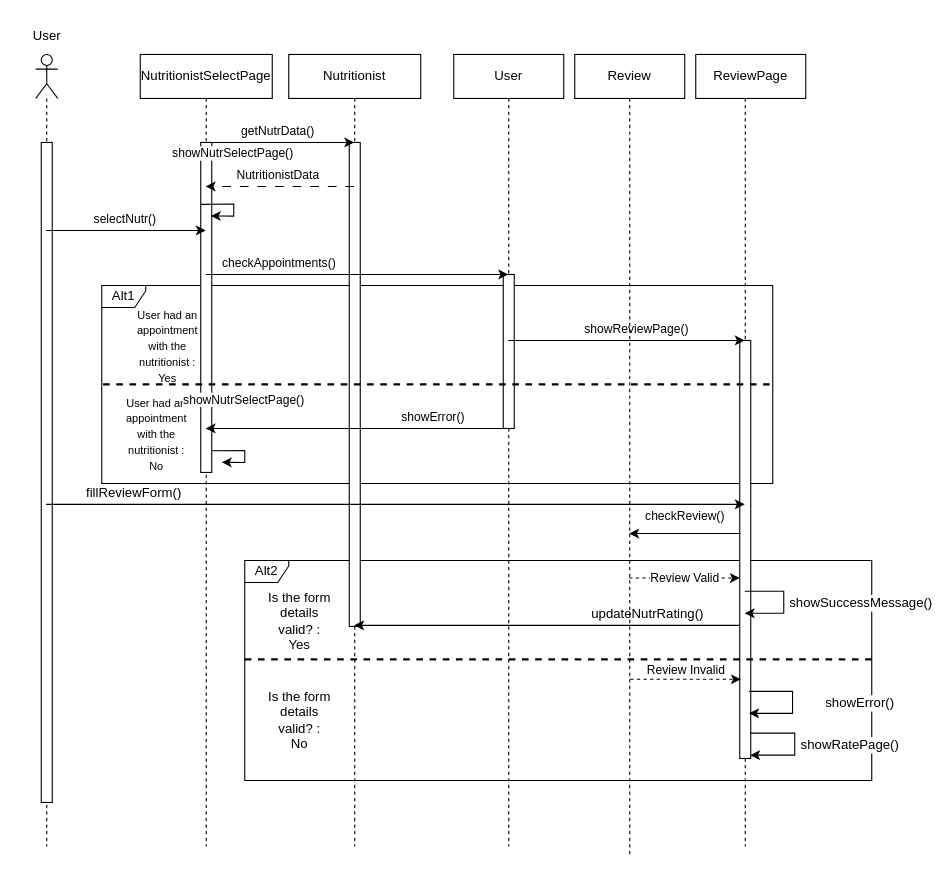
Dionkaps/Eu-Zin keeps this draw.io diagram as ΤΕΛΙΚΟ ΠΑΡΑΔΟΤΕΟ/Sequence-diagrams-v1.0/sd_αξιολόγηση_διατροφολογου.drawio. Above is the earlier version. Source tidied: cells renumbered, new cells numbered last; positions are measured from the earlier drawing's top-left corner, leaving out a move shared by most shapes. Both pictures are drawn from the tidied source at 110%, with x=0, y=0 at pixel (19, 19).
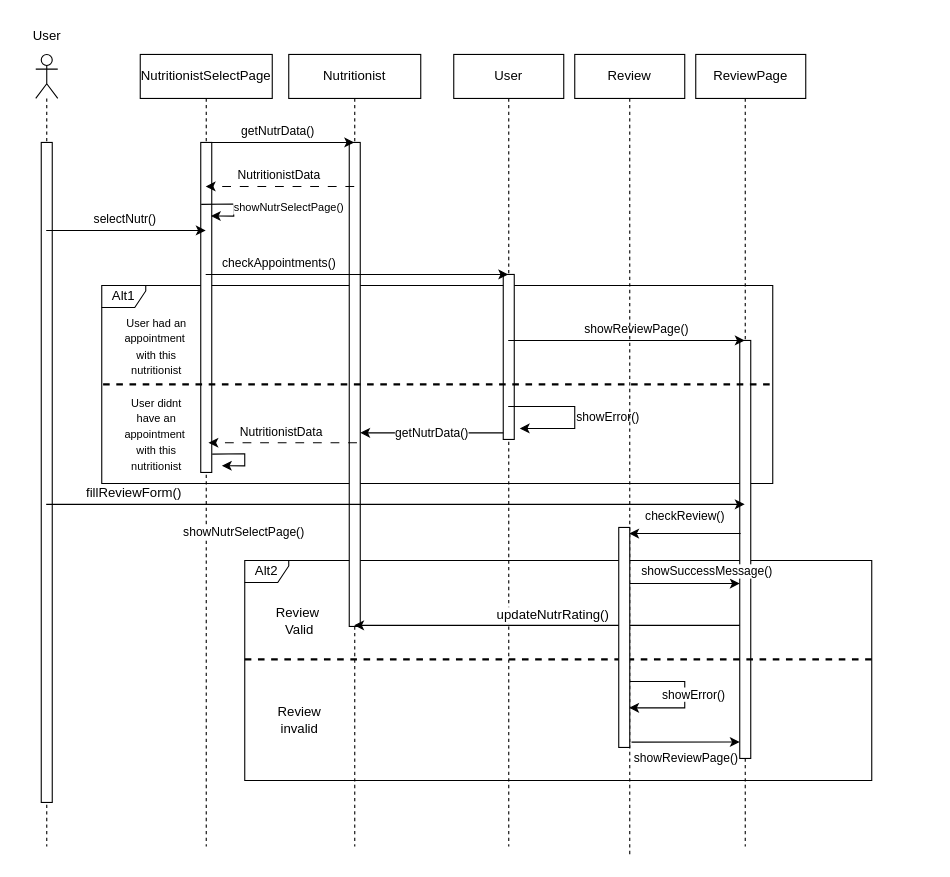
After the change.

Commit message (it also covers changes not shown here):
μικρη διόρθωση στα sequence και usecases

The change refers to these unchanged cells:
```xml
<mxCell id="4" style="shape=umlLifeline;participant=umlEntity;perimeter=lifelinePerimeter;whiteSpace=wrap;html=1;verticalAlign=top;spacingTop=36;outlineConnect=0;" parent="1" vertex="1">
  <mxGeometry x="425" y="32" width="40" height="720" as="geometry" />
</mxCell>
<mxCell id="8" style="shape=umlLifeline;participant=umlBoundary;perimeter=lifelinePerimeter;whiteSpace=wrap;html=1;verticalAlign=top;spacingTop=36;outlineConnect=0;" parent="1" vertex="1">
  <mxGeometry x="145" y="32" width="50" height="720" as="geometry" />
</mxCell>
<mxCell id="11" style="shape=umlLifeline;participant=umlEntity;perimeter=lifelinePerimeter;whiteSpace=wrap;html=1;verticalAlign=top;spacingTop=36;outlineConnect=0;" parent="1" vertex="1">
  <mxGeometry x="285" y="32" width="40" height="720" as="geometry" />
</mxCell>
<mxCell id="14" style="html=1;points=[];perimeter=orthogonalPerimeter;fontSize=12;" parent="13" vertex="1">
  <mxGeometry x="20" y="260" width="10" height="380" as="geometry" />
</mxCell>
<mxCell id="37" value="Review" style="shape=umlLifeline;perimeter=lifelinePerimeter;whiteSpace=wrap;html=1;outlineConnect=0;portConstraint=eastwest;newEdgeStyle={&quot;edgeStyle&quot;:&quot;elbowEdgeStyle&quot;,&quot;elbow&quot;:&quot;vertical&quot;,&quot;curved&quot;:0,&quot;rounded&quot;:0};" parent="1" vertex="1">
  <mxGeometry x="505" y="32" width="100" height="730" as="geometry" />
</mxCell>
```

What changed in the source:
```diff
@@
     <mxCell id="5" style="html=1;perimeter=orthogonalPerimeter;fontSize=12;" parent="4" vertex="1">
-      <mxGeometry x="15" y="200" width="10" height="140" as="geometry" />
+      <mxGeometry x="15" y="200" width="10" height="150" as="geometry" />
     </mxCell>
@@
-    <mxCell id="10" value="showNutrSelectPage()" style="endArrow=classic;html=1;rounded=0;entryX=0.92;entryY=0.284;entryDx=0;entryDy=0;entryPerimeter=0;exitX=0.04;exitY=0.232;exitDx=0;exitDy=0;exitPerimeter=0;" parent="8" edge="1">
-      <mxGeometry x="-0.04" y="40" relative="1" as="geometry">
+    <mxCell id="10" value="showNutrSelectPage()" style="endArrow=classic;html=1;rounded=0;entryX=0.92;entryY=0.284;entryDx=0;entryDy=0;entryPerimeter=0;exitX=0.04;exitY=0.232;exitDx=0;exitDy=0;exitPerimeter=0;fontSize=10;" parent="8" edge="1">
+      <mxGeometry x="0.09" y="50" relative="1" as="geometry">
         <mxPoint x="20.4" y="136.3" as="sourcePoint" />
         <mxPoint x="29.2" y="146.8" as="targetPoint" />
         <Array as="points">
           <mxPoint x="50" y="136" />
           <mxPoint x="50" y="147" />
         </Array>
-        <mxPoint y="-6" as="offset" />
       </mxGeometry>
     </mxCell>
@@
     <mxCell id="16" value="NutritionistData" style="endArrow=classic;html=1;rounded=0;dashed=1;dashPattern=8 8;" parent="1" edge="1" source="11" target="8">
-      <mxGeometry x="0.03" y="-10" relative="1" as="geometry">
+      <mxGeometry x="0.02" y="-10" relative="1" as="geometry">
         <Array as="points">
           <mxPoint x="275" y="152" />
         </Array>
       </mxGeometry>
     </mxCell>
@@
-    <mxCell id="20" value="showError()" style="endArrow=classic;html=1;rounded=0;" parent="1" edge="1" source="4" target="8">
-      <mxGeometry x="-0.49" y="-10" relative="1" as="geometry">
+    <mxCell id="20" value="showError()" style="endArrow=classic;html=1;rounded=0;" parent="1" edge="1" source="4">
+      <mxGeometry x="0.08" y="30" relative="1" as="geometry">
+        <mxPoint x="455" y="372" as="targetPoint" />
         <Array as="points">
-          <mxPoint x="345" y="372" />
+          <mxPoint x="505" y="352" />
+          <mxPoint x="505" y="372" />
         </Array>
-        <mxPoint x="1" as="offset" />
       </mxGeometry>
     </mxCell>
@@
-    <mxCell id="22" value="&lt;font style=&quot;font-size: 10px;&quot;&gt;User had an appointment with the nutritionist : Yes&lt;/font&gt;" style="text;html=1;strokeColor=none;fillColor=none;align=center;verticalAlign=middle;whiteSpace=wrap;rounded=0;" parent="1" vertex="1">
-      <mxGeometry x="105" y="282" width="60" height="30" as="geometry" />
+    <mxCell id="22" value="&lt;font style=&quot;font-size: 10px;&quot;&gt;User had an appointment&amp;nbsp;&lt;br&gt;with this nutritionist&lt;br&gt;&lt;/font&gt;" style="text;html=1;strokeColor=none;fillColor=none;align=center;verticalAlign=middle;whiteSpace=wrap;rounded=0;" parent="1" vertex="1">
+      <mxGeometry x="95" y="282" width="60" height="30" as="geometry" />
     </mxCell>
-    <mxCell id="23" value="&lt;font style=&quot;font-size: 10px;&quot;&gt;User had an appointment with the nutritionist : No&lt;/font&gt;" style="text;html=1;strokeColor=none;fillColor=none;align=center;verticalAlign=middle;whiteSpace=wrap;rounded=0;" parent="1" vertex="1">
+    <mxCell id="23" value="&lt;font style=&quot;font-size: 10px;&quot;&gt;User didnt have an appointment&amp;nbsp;&lt;br&gt;with this nutritionist&lt;br&gt;&lt;/font&gt;" style="text;html=1;strokeColor=none;fillColor=none;align=center;verticalAlign=middle;whiteSpace=wrap;rounded=0;" parent="1" vertex="1">
       <mxGeometry x="95" y="362" width="60" height="30" as="geometry" />
     </mxCell>
@@
     <mxCell id="25" value="updateNutrRating()" style="endArrow=classic;html=1;rounded=0;strokeWidth=1;fontSize=12;" parent="1" edge="1" source="14">
-      <mxGeometry x="-0.52" y="-10" relative="1" as="geometry">
+      <mxGeometry x="-0.03" y="-9" relative="1" as="geometry">
         <mxPoint x="304.5" y="551" as="targetPoint" />
       </mxGeometry>
     </mxCell>
-    <mxCell id="26" value="showRatePage()" style="endArrow=classic;html=1;rounded=0;strokeWidth=1;fontSize=12;" parent="1" edge="1">
-      <mxGeometry y="50" relative="1" as="geometry">
-        <mxPoint x="664.5" y="649" as="sourcePoint" />
-        <mxPoint x="664.5" y="669" as="targetPoint" />
-        <Array as="points">
-          <mxPoint x="705" y="649" />
-          <mxPoint x="705" y="669" />
-        </Array>
-      </mxGeometry>
-    </mxCell>
-    <mxCell id="27" value="showError()" style="endArrow=classic;html=1;rounded=0;strokeWidth=1;fontSize=12;" parent="1" edge="1">
-      <mxGeometry y="61" relative="1" as="geometry">
-        <mxPoint x="663.5" y="611" as="sourcePoint" />
-        <mxPoint x="663.5" y="631" as="targetPoint" />
-        <Array as="points">
-          <mxPoint x="703" y="611" />
-          <mxPoint x="703" y="631" />
-        </Array>
-      </mxGeometry>
-    </mxCell>
@@
-    <mxCell id="29" value="showSuccessMessage()" style="endArrow=classic;html=1;rounded=0;strokeWidth=1;fontSize=12;" parent="1" edge="1">
-      <mxGeometry x="0.02" y="70" relative="1" as="geometry">
-        <mxPoint x="659.5" y="520" as="sourcePoint" />
-        <mxPoint x="659.5" y="540" as="targetPoint" />
-        <Array as="points">
-          <mxPoint x="695" y="520" />
-          <mxPoint x="695" y="540" />
-        </Array>
-      </mxGeometry>
-    </mxCell>
-    <mxCell id="30" value="Is the form details valid? : Yes" style="text;html=1;strokeColor=none;fillColor=none;align=center;verticalAlign=middle;whiteSpace=wrap;rounded=0;fontSize=12;" parent="1" vertex="1">
+    <mxCell id="30" value="Review&amp;nbsp;&lt;br&gt;Valid" style="text;html=1;strokeColor=none;fillColor=none;align=center;verticalAlign=middle;whiteSpace=wrap;rounded=0;fontSize=12;" parent="1" vertex="1">
       <mxGeometry x="225" y="532" width="60" height="30" as="geometry" />
     </mxCell>
-    <mxCell id="31" value="Is the form details valid? :&lt;br&gt;No" style="text;html=1;strokeColor=none;fillColor=none;align=center;verticalAlign=middle;whiteSpace=wrap;rounded=0;fontSize=12;" parent="1" vertex="1">
+    <mxCell id="31" value="Review&lt;br&gt;invalid" style="text;html=1;strokeColor=none;fillColor=none;align=center;verticalAlign=middle;whiteSpace=wrap;rounded=0;fontSize=12;" parent="1" vertex="1">
       <mxGeometry x="225" y="622" width="60" height="30" as="geometry" />
     </mxCell>
@@
     <mxCell id="38" value="showNutrSelectPage()" style="endArrow=classic;html=1;rounded=0;entryX=0.92;entryY=0.284;entryDx=0;entryDy=0;entryPerimeter=0;exitX=0.04;exitY=0.232;exitDx=0;exitDy=0;exitPerimeter=0;" parent="1" edge="1">
-      <mxGeometry x="-0.04" y="40" relative="1" as="geometry">
-        <mxPoint x="175.4" y="392.3" as="sourcePoint" />
-        <mxPoint x="184.2" y="402.8" as="targetPoint" />
+      <mxGeometry x="0.32" y="60" relative="1" as="geometry">
+        <mxPoint x="175.4" y="395.3" as="sourcePoint" />
+        <mxPoint x="184.2" y="405.8" as="targetPoint" />
         <Array as="points">
-          <mxPoint x="205" y="392" />
-          <mxPoint x="205" y="403" />
+          <mxPoint x="205" y="395" />
+          <mxPoint x="205" y="406" />
         </Array>
-        <mxPoint y="-6" as="offset" />
       </mxGeometry>
     </mxCell>
@@
-    <mxCell id="40" value="Review Valid" style="endArrow=classic;html=1;rounded=0;dashed=1;" parent="1" edge="1">
-      <mxGeometry relative="1" as="geometry">
-        <mxPoint x="554.5" y="508" as="sourcePoint" />
-        <mxPoint x="655" y="508" as="targetPoint" />
-      </mxGeometry>
-    </mxCell>
-    <mxCell id="41" value="Review Invalid" style="endArrow=classic;html=1;rounded=0;dashed=1;" parent="1" edge="1">
+    <mxCell id="41" value="showError()" style="endArrow=classic;html=1;rounded=0;" parent="1" edge="1" source="37" target="37">
       <mxGeometry x="-0.01" y="8" relative="1" as="geometry">
-        <mxPoint x="555.5" y="600" as="sourcePoint" />
-        <mxPoint x="656" y="600" as="targetPoint" />
+        <Array as="points">
+          <mxPoint x="605" y="602" />
+          <mxPoint x="605" y="626" />
+        </Array>
       </mxGeometry>
     </mxCell>
+    <mxCell id="42" value="getNutrData()" style="endArrow=classic;html=1;rounded=0;" parent="1" edge="1">
+      <mxGeometry relative="1" as="geometry">
+        <mxPoint x="440" y="376" as="sourcePoint" />
+        <mxPoint x="310" y="376" as="targetPoint" />
+      </mxGeometry>
+    </mxCell>
+    <mxCell id="43" value="NutritionistData" style="endArrow=classic;html=1;rounded=0;dashed=1;dashPattern=8 8;" parent="1" edge="1">
+      <mxGeometry x="0.02" y="-10" relative="1" as="geometry">
+        <mxPoint x="307" y="385" as="sourcePoint" />
+        <mxPoint x="172" y="385" as="targetPoint" />
+        <Array as="points">
+          <mxPoint x="277" y="385" />
+        </Array>
+      </mxGeometry>
+    </mxCell>
+    <mxCell id="29" value="showSuccessMessage()" style="endArrow=classic;html=1;rounded=0;" parent="1" edge="1">
+      <mxGeometry x="0.4" y="11" relative="1" as="geometry">
+        <mxPoint x="555" y="513" as="sourcePoint" />
+        <mxPoint x="655" y="513" as="targetPoint" />
+      </mxGeometry>
+    </mxCell>
+    <mxCell id="44" style="html=1;points=[];perimeter=orthogonalPerimeter;fontSize=12;" parent="1" vertex="1">
+      <mxGeometry x="545" y="462" width="10" height="200" as="geometry" />
+    </mxCell>
+    <mxCell id="45" value="showReviewPage()" style="endArrow=classic;html=1;rounded=0;exitX=1.16;exitY=0.976;exitDx=0;exitDy=0;exitPerimeter=0;" parent="1" edge="1" source="44">
+      <mxGeometry x="-0.01" y="-15" relative="1" as="geometry">
+        <mxPoint x="655" y="657" as="targetPoint" />
+      </mxGeometry>
+    </mxCell>
```
